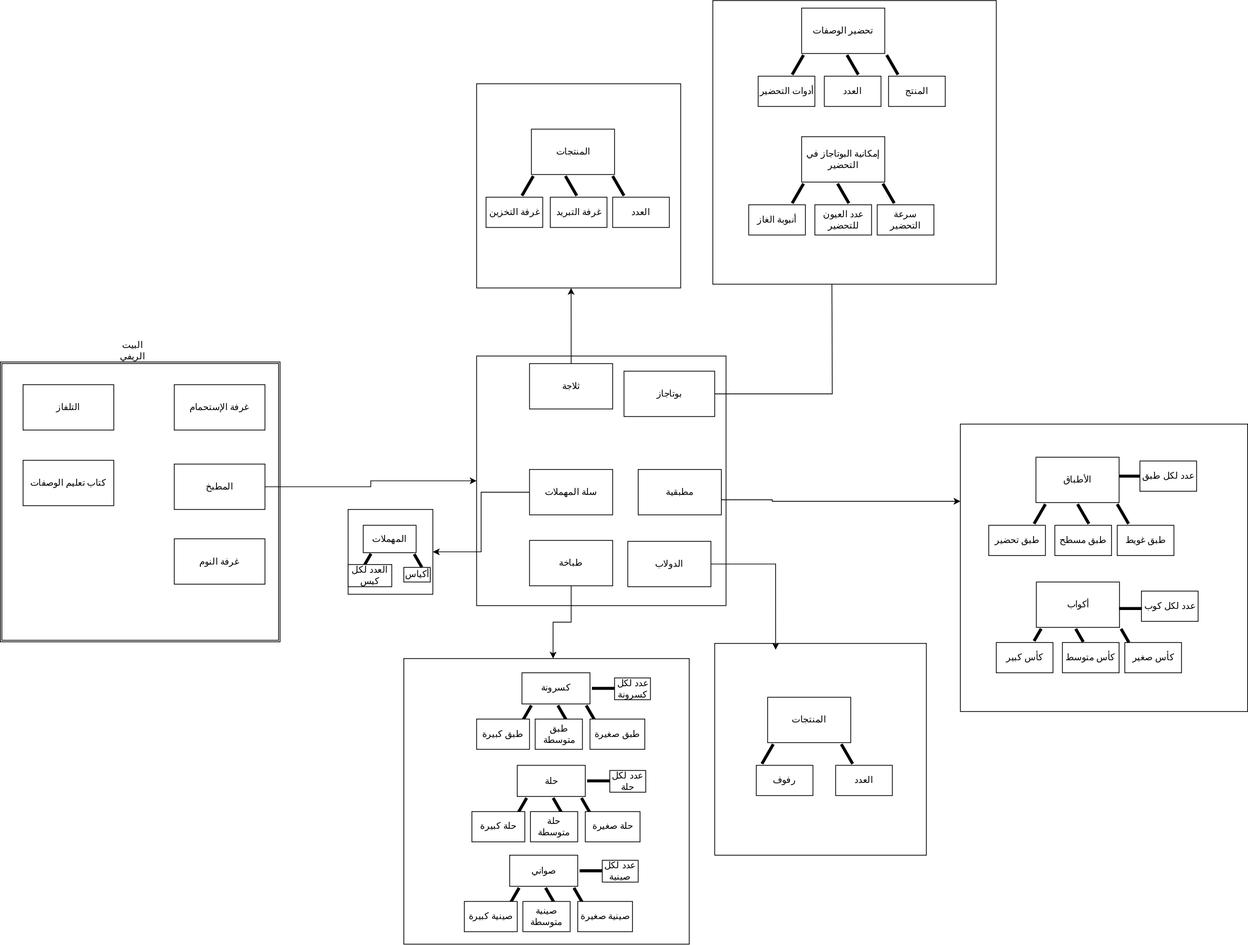
Above: بيت الريف.svg in mahmoud-y0usef/chefo-uml (draw.io), before the change. Source tidied: cells renumbered, new cells last; positions are measured from the earlier drawing's top-left corner, leaving out a move shared by most shapes.
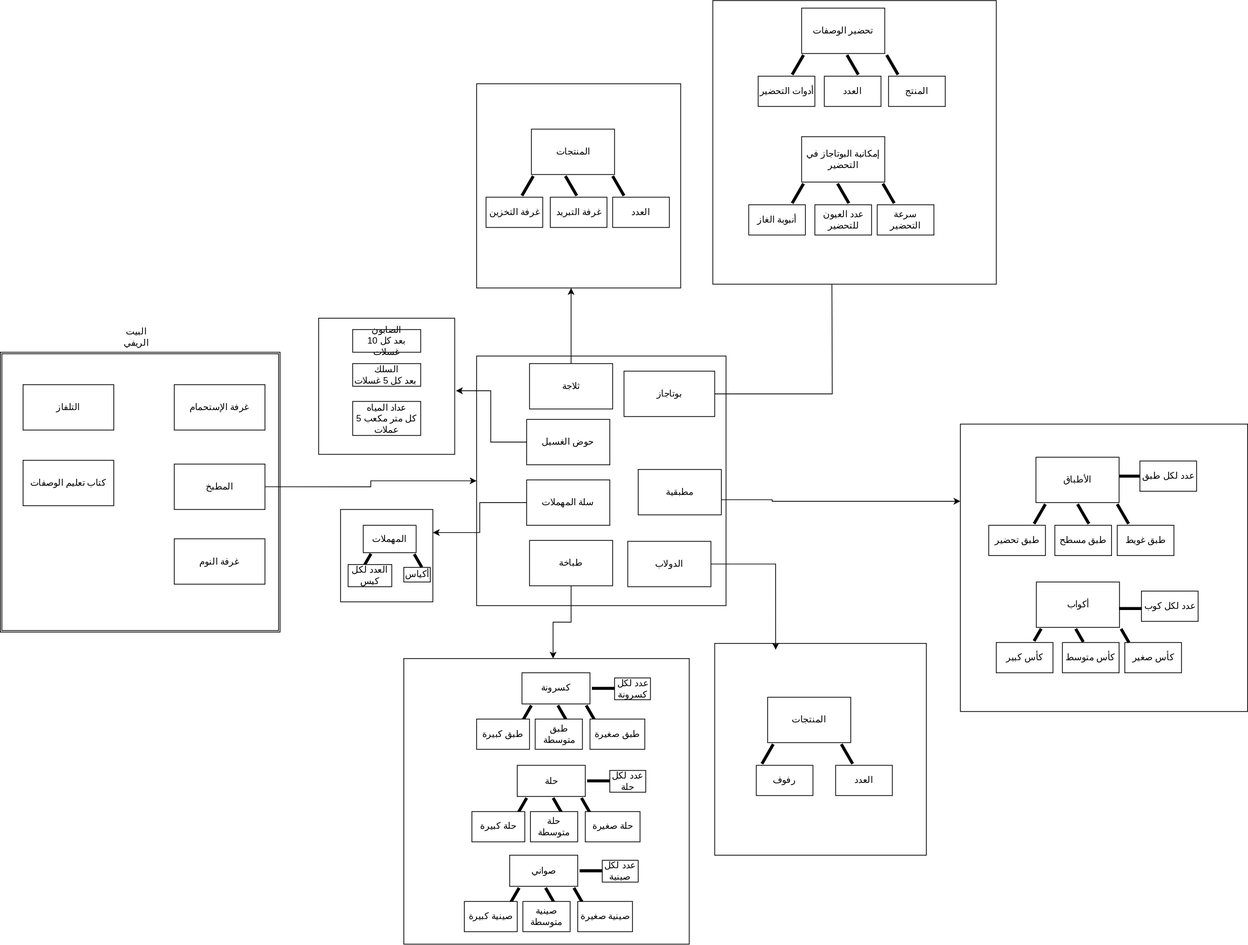
Above is the later version.

Diff of the diagram source:
```diff
@@ -3,10 +3,10 @@
     <mxCell id="0" />
     <mxCell id="1" parent="0" />
     <mxCell id="2" style="shape=ext;double=1;whiteSpace=wrap;html=1;labelBackgroundColor=none;" parent="1" vertex="1">
-      <mxGeometry y="477.9" width="370" height="370" as="geometry" />
+      <mxGeometry y="465" width="370" height="370" as="geometry" />
     </mxCell>
     <mxCell id="3" value="البيت الريفي" style="text;html=1;strokeColor=none;fillColor=none;align=center;verticalAlign=middle;whiteSpace=wrap;rounded=0;labelBackgroundColor=none;" parent="1" vertex="1">
-      <mxGeometry x="145" y="447.9" width="60" height="30" as="geometry" />
+      <mxGeometry x="150" y="430" width="60" height="30" as="geometry" />
     </mxCell>
     <mxCell id="4" value="غرفة الإستحمام" style="rounded=0;whiteSpace=wrap;html=1;labelBackgroundColor=none;" parent="1" vertex="1">
       <mxGeometry x="230" y="507.9" width="120" height="60" as="geometry" />
@@ -307,14 +307,14 @@
     <mxCell id="98" value="عدد لكل صينية" style="whiteSpace=wrap;html=1;rounded=0;labelBackgroundColor=none;" parent="1" vertex="1">
       <mxGeometry x="796.2" y="1136.8" width="47.5" height="28.8" as="geometry" />
     </mxCell>
-    <mxCell id="99" style="edgeStyle=orthogonalEdgeStyle;rounded=0;jettySize=auto;html=1;entryX=1;entryY=0.5;entryDx=0;entryDy=0;" parent="1" edge="1" source="100" target="101">
+    <mxCell id="99" style="edgeStyle=orthogonalEdgeStyle;rounded=0;jettySize=auto;html=1;entryX=1;entryY=0.25;entryDx=0;entryDy=0;" parent="1" edge="1" source="100" target="101">
       <mxGeometry relative="1" as="geometry" />
     </mxCell>
     <mxCell id="100" value="سلة المهملات" style="rounded=0;whiteSpace=wrap;html=1;labelBackgroundColor=none;" parent="1" vertex="1">
-      <mxGeometry x="700" y="620" width="110" height="60" as="geometry" />
+      <mxGeometry x="696.2" y="633.8" width="110" height="60" as="geometry" />
     </mxCell>
     <mxCell id="101" style="whiteSpace=wrap;html=1;labelBackgroundColor=none;" parent="1" vertex="1">
-      <mxGeometry x="460" y="672.9" width="112.1" height="112.1" as="geometry" />
+      <mxGeometry x="450" y="672.9" width="122.1" height="122.1" as="geometry" />
     </mxCell>
     <mxCell id="102" value="المهملات" style="rounded=0;whiteSpace=wrap;html=1;labelBackgroundColor=none;" parent="1" vertex="1">
       <mxGeometry x="480" y="693.8" width="70" height="36.2" as="geometry" />
@@ -331,5 +331,26 @@
     <mxCell id="106" value="العدد لكل كيس" style="whiteSpace=wrap;html=1;rounded=0;labelBackgroundColor=none;" parent="1" vertex="1">
       <mxGeometry x="460" y="745.7" width="57.8" height="29.3" as="geometry" />
     </mxCell>
+    <mxCell id="107" value="حوض الغسيل" style="rounded=0;whiteSpace=wrap;html=1;labelBackgroundColor=none;" parent="1" vertex="1">
+      <mxGeometry x="696.2" y="553.8" width="110" height="60" as="geometry" />
+    </mxCell>
+    <mxCell id="108" style="whiteSpace=wrap;html=1;labelBackgroundColor=none;" parent="1" vertex="1">
+      <mxGeometry x="421.1" y="420" width="180" height="180" as="geometry" />
+    </mxCell>
+    <mxCell id="109" style="edgeStyle=orthogonalEdgeStyle;rounded=0;jettySize=auto;html=1;exitX=0;exitY=0.5;exitDx=0;exitDy=0;entryX=1.009;entryY=0.533;entryDx=0;entryDy=0;entryPerimeter=0;" parent="1" edge="1" source="107" target="108">
+      <mxGeometry relative="1" as="geometry" />
+    </mxCell>
+    <mxCell id="110" value="الصابون&lt;br&gt;بعد كل 10 غسلات" style="rounded=0;whiteSpace=wrap;html=1;labelBackgroundColor=none;" parent="1" vertex="1">
+      <mxGeometry x="466.1" y="435" width="90" height="30" as="geometry" />
+    </mxCell>
+    <mxCell id="111" value="السلك&lt;br&gt;بعد كل 5 غسلات&amp;nbsp;" style="rounded=0;whiteSpace=wrap;html=1;labelBackgroundColor=none;" parent="1" vertex="1">
+      <mxGeometry x="466.1" y="480" width="90" height="30" as="geometry" />
+    </mxCell>
+    <mxCell id="112" style="edgeStyle=orthogonalEdgeStyle;rounded=0;orthogonalLoop=1;jettySize=auto;html=1;exitX=0.5;exitY=1;exitDx=0;exitDy=0;" parent="1" edge="1" source="111" target="111">
+      <mxGeometry relative="1" as="geometry" />
+    </mxCell>
+    <mxCell id="113" value="عداد المياه&lt;br&gt;كل متر مكعب 5 عملات" style="rounded=0;whiteSpace=wrap;html=1;labelBackgroundColor=none;" parent="1" vertex="1">
+      <mxGeometry x="466.1" y="530" width="90" height="45" as="geometry" />
+    </mxCell>
   </root>
 </mxGraphModel>
```
